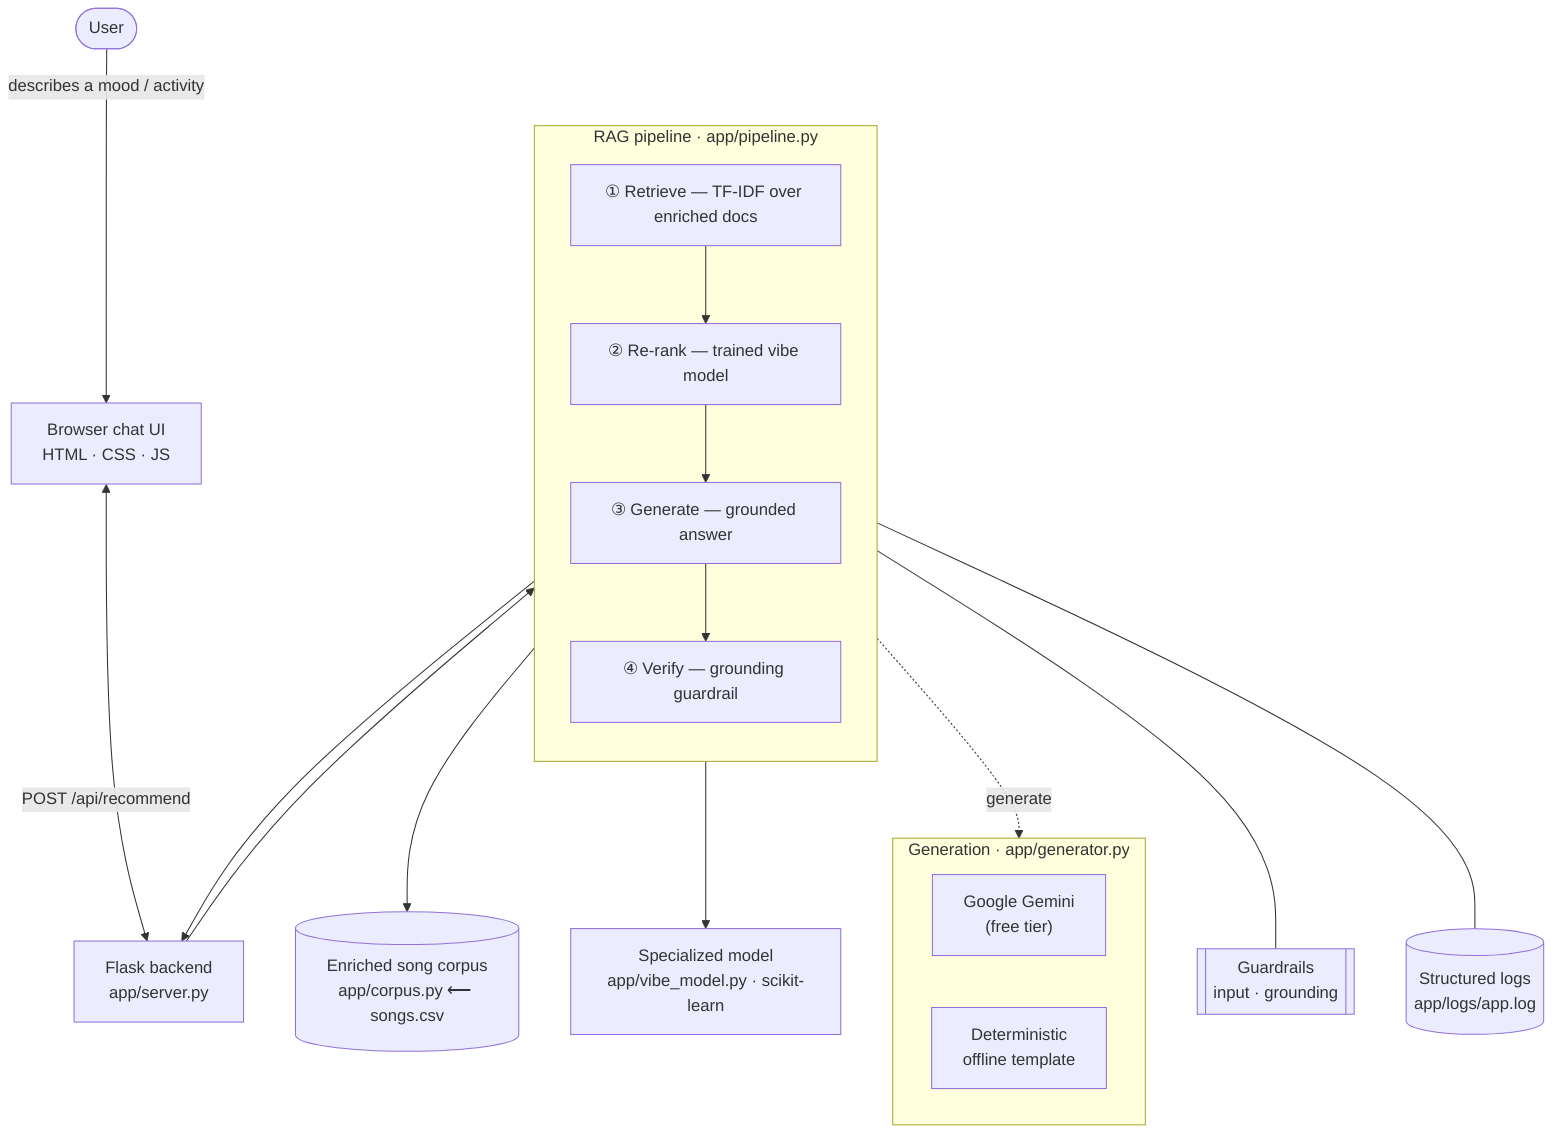
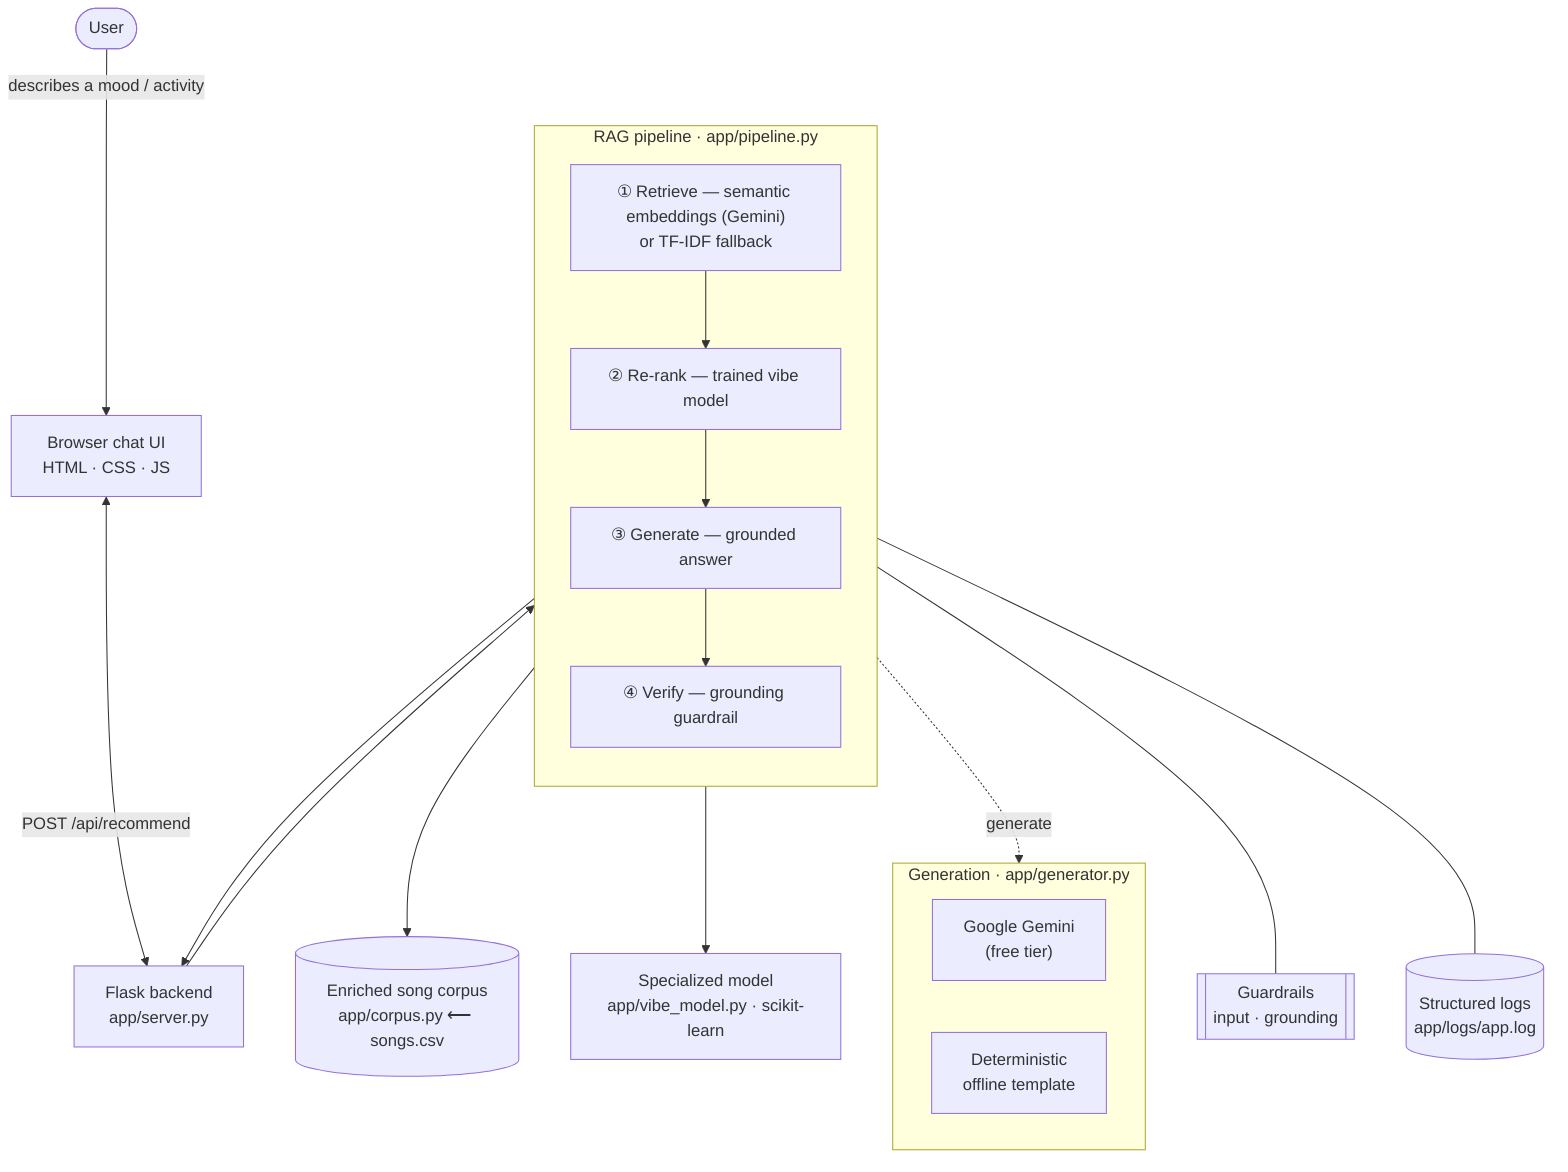
%% Applied AI System — Music RAG Recommender
%% Source of truth (Mermaid). Export a PNG to ../assets/ for the README.
%% Advanced AI features:
%%   (1) Retrieval-Augmented Generation — retrieve songs, then generate grounded in them
%%   (2) A specialized scikit-learn "vibe" model that re-ranks the retrieved songs

flowchart TD
    User([User]) -->|describes a mood / activity| UI["Browser chat UI<br/>HTML · CSS · JS"]
    UI <-->|POST /api/recommend| API["Flask backend<br/>app/server.py"]

    API --> R

    subgraph Pipe["RAG pipeline · app/pipeline.py"]
        direction TB
-         R["① Retrieve — TF-IDF over enriched docs"]
+         R["① Retrieve — semantic embeddings (Gemini)<br/>or TF-IDF fallback"]
        K["② Re-rank — trained vibe model"]
        G["③ Generate — grounded answer"]
        V["④ Verify — grounding guardrail"]
        R --> K --> G --> V
    end

    R --> Corpus[("Enriched song corpus<br/>app/corpus.py ⟵ songs.csv")]
    K --> Model["Specialized model<br/>app/vibe_model.py · scikit-learn"]

    G -. generate .-> Gen
    subgraph Gen["Generation · app/generator.py"]
        Gemini["Google Gemini<br/>(free tier)"]
        Offline["Deterministic<br/>offline template"]
    end

    Guard[["Guardrails<br/>input · grounding"]]
    Logs[("Structured logs<br/>app/logs/app.log")]
    Pipe --- Guard
    Pipe --- Logs

    V --> API
